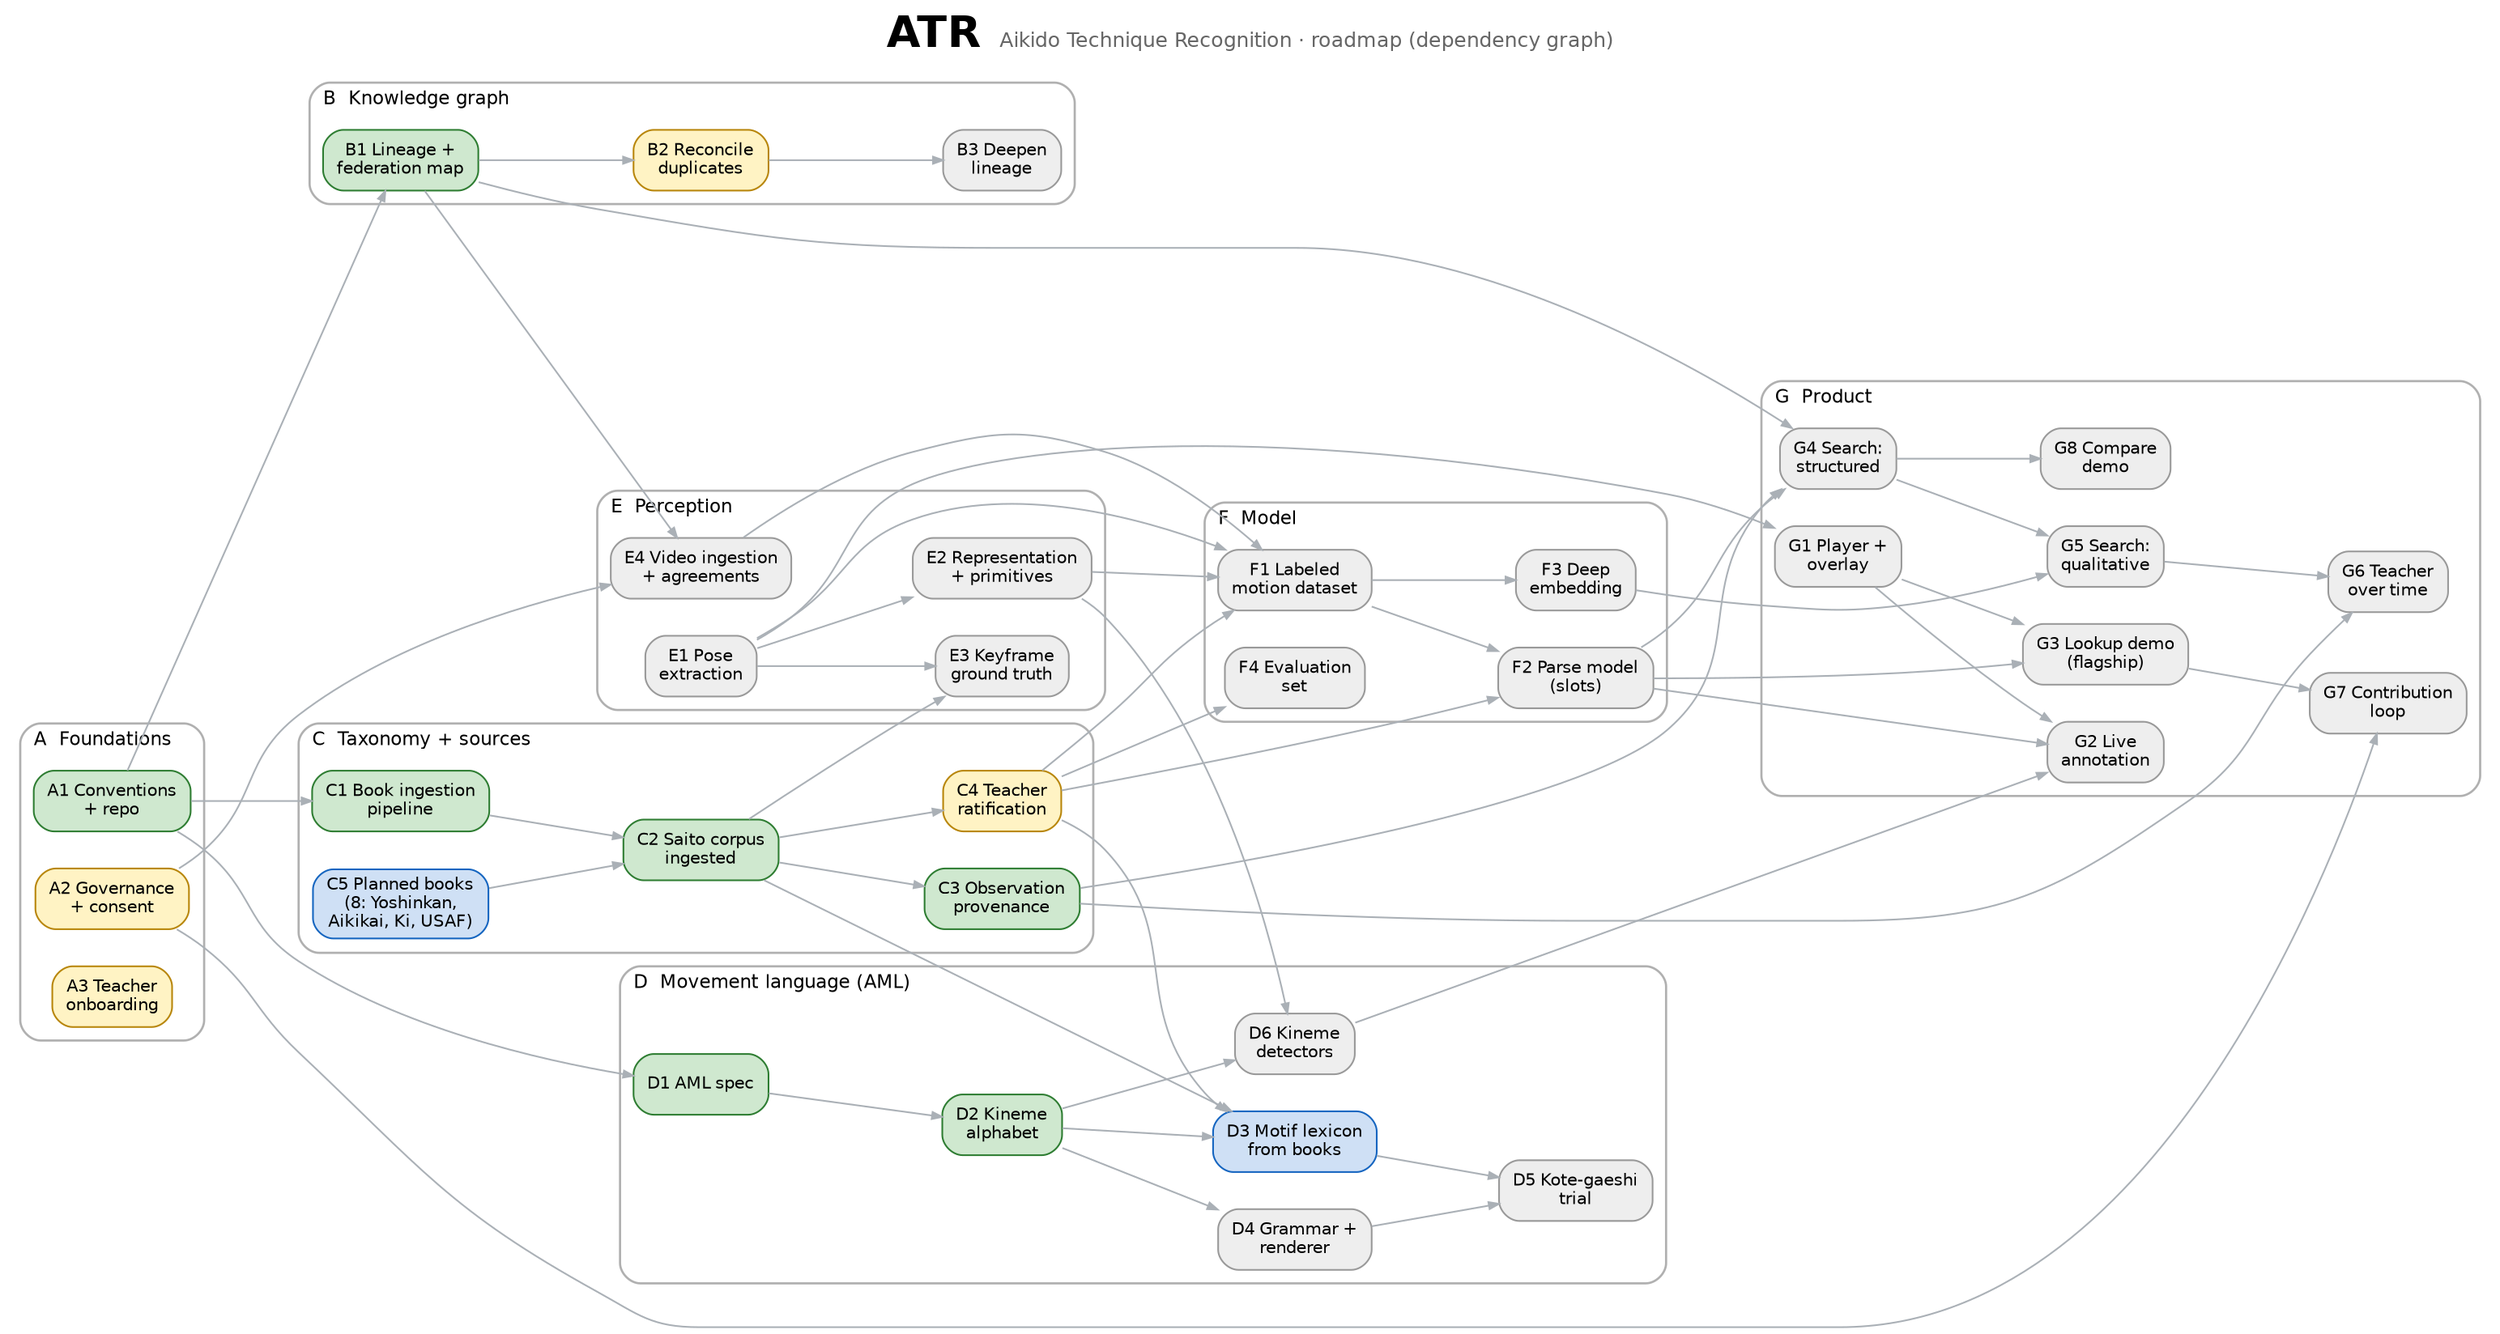
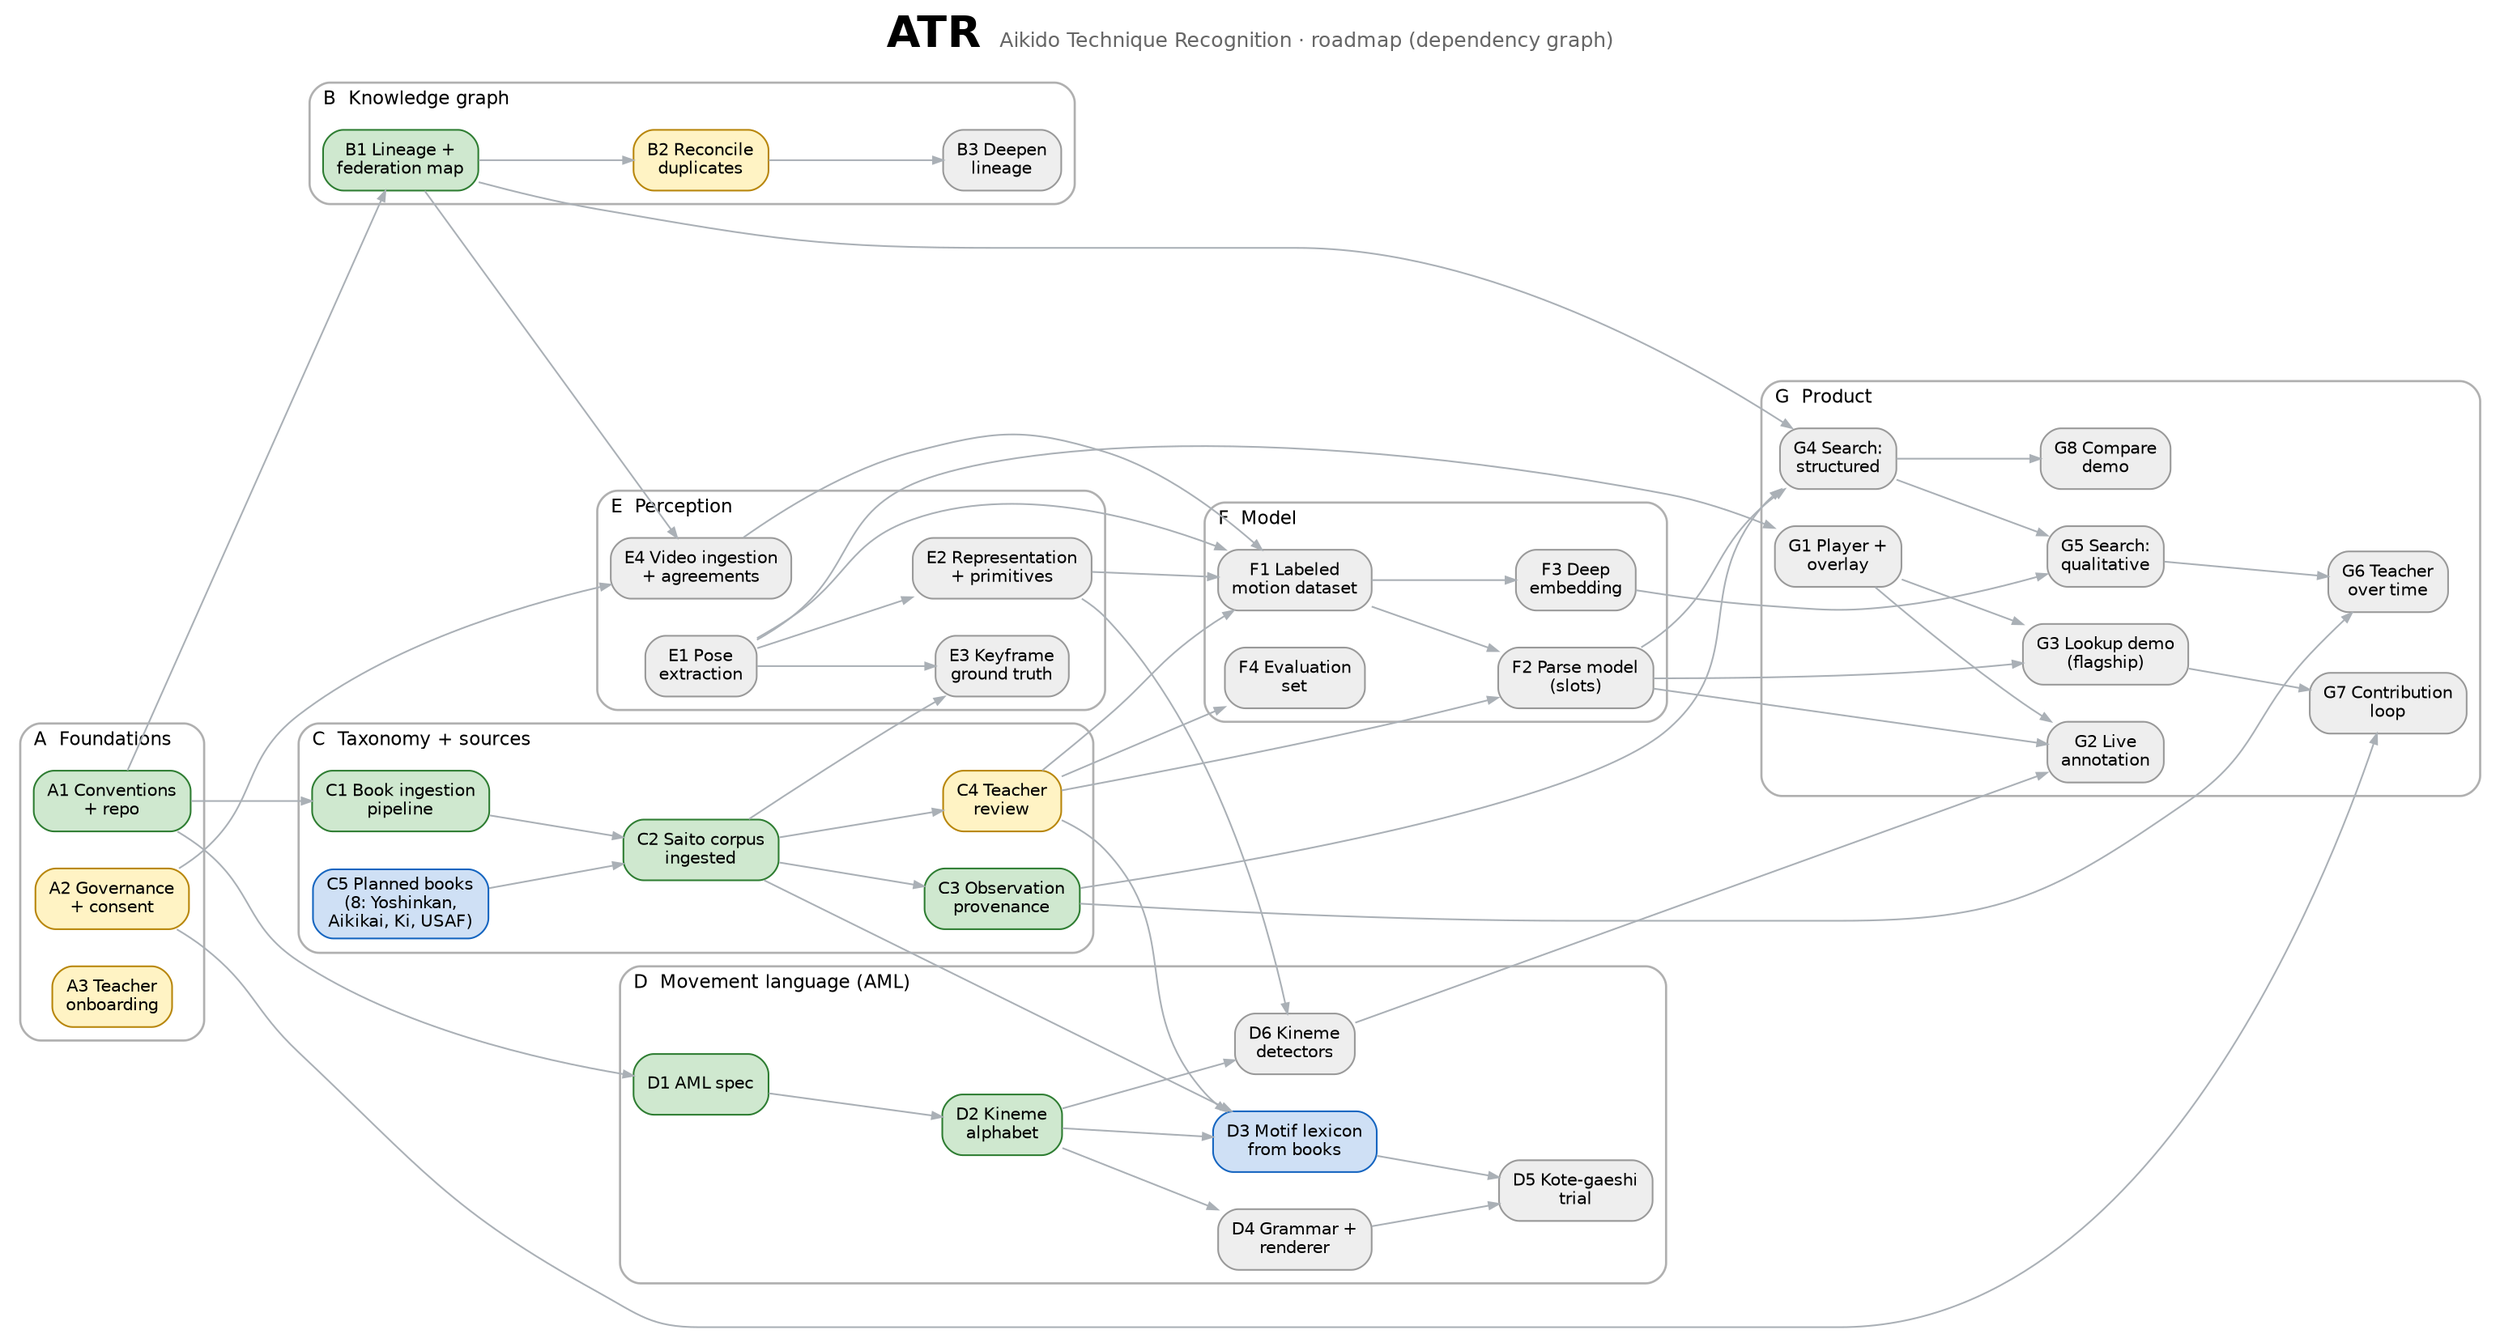
// ATR roadmap dependency graph -- source of truth.
// Render with: python docs/atr_15_roadmap_build.py  (writes atr_15_roadmap_graph.svg
// with the status legend composed below). Node ids carry the track (A..G).
digraph roadmap {
  rankdir=LR; ranksep=1.0; nodesep=0.3; compound=true; labelloc="t"; fontname="Helvetica";
  label=<<B><FONT POINT-SIZE="26">ATR</FONT></B>  <FONT POINT-SIZE="12" COLOR="#666666">Aikido Technique Recognition &#183; roadmap (dependency graph)</FONT>>;
  node [shape=box, style="rounded,filled", fontname="Helvetica", fontsize=10, fillcolor="#eeeeee", color="#999999"];
  edge [color="#aab0b6", arrowsize=0.6];

  subgraph cluster_A {
    label="A  Foundations"; labeljust="l"; fontsize=11; fontcolor="#666"; style="rounded"; color="#b0b0b0"; penwidth=1.3;
    A1 [label="A1 Conventions\n+ repo", fillcolor="#cfe8cf", color="#2e7d32"];
    A2 [label="A2 Governance\n+ consent", fillcolor="#fff3c4", color="#b8860b"];
    A3 [label="A3 Teacher\nonboarding", fillcolor="#fff3c4", color="#b8860b"];
  }
  subgraph cluster_B {
    label="B  Knowledge graph"; labeljust="l"; fontsize=11; fontcolor="#666"; style="rounded"; color="#b0b0b0"; penwidth=1.3;
    B1 [label="B1 Lineage +\nfederation map", fillcolor="#cfe8cf", color="#2e7d32"];
    B2 [label="B2 Reconcile\nduplicates", fillcolor="#fff3c4", color="#b8860b"];
    B3 [label="B3 Deepen\nlineage"];
  }
  subgraph cluster_C {
    label="C  Taxonomy + sources"; labeljust="l"; fontsize=11; fontcolor="#666"; style="rounded"; color="#b0b0b0"; penwidth=1.3;
    C1 [label="C1 Book ingestion\npipeline", fillcolor="#cfe8cf", color="#2e7d32"];
    C2 [label="C2 Saito corpus\ningested", fillcolor="#cfe8cf", color="#2e7d32"];
    C3 [label="C3 Observation\nprovenance", fillcolor="#cfe8cf", color="#2e7d32"];
-     C4 [label="C4 Teacher\nratification", fillcolor="#fff3c4", color="#b8860b"];
+     C4 [label="C4 Teacher\nreview", fillcolor="#fff3c4", color="#b8860b"];
    C5 [label="C5 Planned books\n(8: Yoshinkan,\nAikikai, Ki, USAF)", fillcolor="#cfe0f5", color="#1565c0"];
  }
  subgraph cluster_D {
    label="D  Movement language (AML)"; labeljust="l"; fontsize=11; fontcolor="#666"; style="rounded"; color="#b0b0b0"; penwidth=1.3;
    D1 [label="D1 AML spec", fillcolor="#cfe8cf", color="#2e7d32"];
    D2 [label="D2 Kineme\nalphabet", fillcolor="#cfe8cf", color="#2e7d32"];
    D3 [label="D3 Motif lexicon\nfrom books", fillcolor="#cfe0f5", color="#1565c0"];
    D4 [label="D4 Grammar +\nrenderer"]; D5 [label="D5 Kote-gaeshi\ntrial"]; D6 [label="D6 Kineme\ndetectors"];
  }
  subgraph cluster_E {
    label="E  Perception"; labeljust="l"; fontsize=11; fontcolor="#666"; style="rounded"; color="#b0b0b0"; penwidth=1.3;
    E1 [label="E1 Pose\nextraction"]; E2 [label="E2 Representation\n+ primitives"]; E3 [label="E3 Keyframe\nground truth"]; E4 [label="E4 Video ingestion\n+ agreements"];
  }
  subgraph cluster_F {
    label="F  Model"; labeljust="l"; fontsize=11; fontcolor="#666"; style="rounded"; color="#b0b0b0"; penwidth=1.3;
    F1 [label="F1 Labeled\nmotion dataset"]; F2 [label="F2 Parse model\n(slots)"]; F3 [label="F3 Deep\nembedding"]; F4 [label="F4 Evaluation\nset"];
  }
  subgraph cluster_G {
    label="G  Product"; labeljust="l"; fontsize=11; fontcolor="#666"; style="rounded"; color="#b0b0b0"; penwidth=1.3;
    G1 [label="G1 Player +\noverlay"]; G2 [label="G2 Live\nannotation"]; G3 [label="G3 Lookup demo\n(flagship)"];
    G4 [label="G4 Search:\nstructured"]; G5 [label="G5 Search:\nqualitative"]; G6 [label="G6 Teacher\nover time"]; G7 [label="G7 Contribution\nloop"]; G8 [label="G8 Compare\ndemo"];
  }

  A1 -> B1; A1 -> C1; A1 -> D1; A2 -> E4; A2 -> G7;
  B1 -> B2; B2 -> B3;
  C1 -> C2; C2 -> C3; C2 -> C4; C2 -> D3; C2 -> E3; C4 -> D3; C4 -> F1; C4 -> F2; C4 -> F4; C5 -> C2;
  D1 -> D2; D2 -> D3; D2 -> D4; D2 -> D6; D3 -> D5; D4 -> D5;
  E1 -> E2; E1 -> E3; E1 -> G1; E1 -> F1; E2 -> D6; E2 -> F1;
  B1 -> E4; B1 -> G4; E4 -> F1;
  F1 -> F2; F1 -> F3; F2 -> G2; F2 -> G3; F2 -> G4; D6 -> G2;
  G1 -> G2; G1 -> G3; C3 -> G4; C3 -> G6;
  F3 -> G5; G4 -> G5; G4 -> G8; G5 -> G6; G3 -> G7;
}
